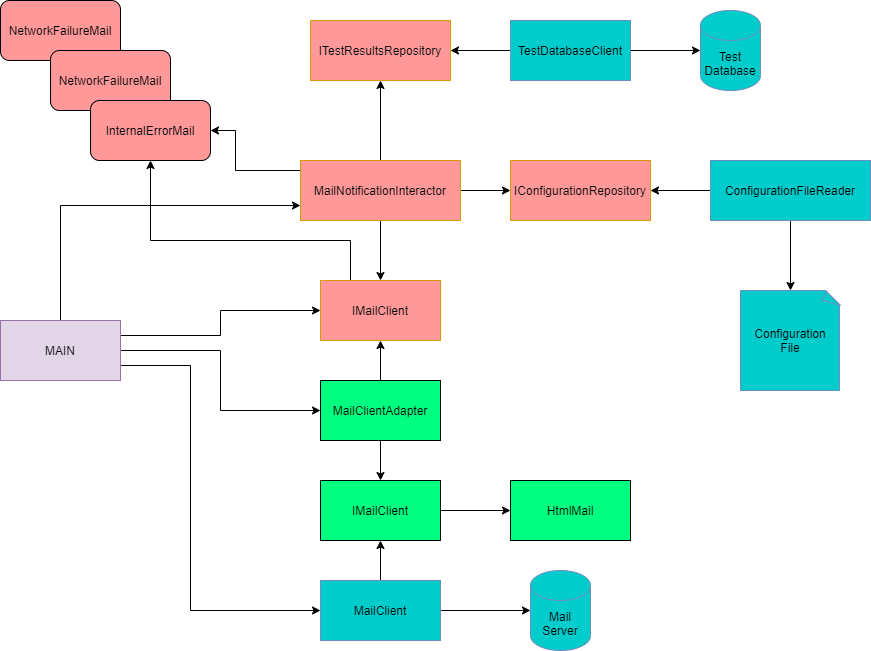
This is assets/clean-architecture/sending-emails/Step3.drawio.png from plainionist/plainionist.github.io, a draw.io export, as it was before one commit. Source tidied: cells renumbered, new cells last; positions are measured from the earlier drawing's top-left corner, leaving out a move shared by most shapes.
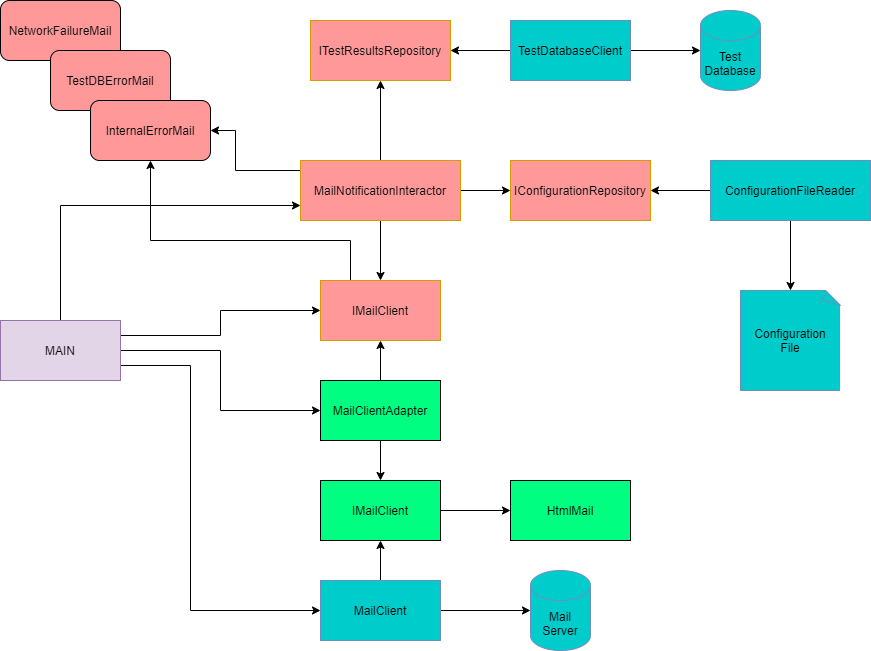
Later version of the same file.

Diff of the diagram source:
```diff
@@ -81,7 +81,7 @@
     <mxCell id="22" value="IConfigurationRepository" style="rounded=0;whiteSpace=wrap;html=1;fillColor=#FF9999;strokeColor=#d79b00;" parent="1" vertex="1">
       <mxGeometry x="510" y="160" width="140" height="60" as="geometry" />
     </mxCell>
-    <mxCell id="23" value="NetworkFailureMail" style="rounded=1;whiteSpace=wrap;html=1;fillColor=#FF9999;" parent="1" vertex="1">
+    <mxCell id="23" value="TestDBErrorMail" style="rounded=1;whiteSpace=wrap;html=1;fillColor=#FF9999;" parent="1" vertex="1">
       <mxGeometry x="50" y="50" width="120" height="60" as="geometry" />
     </mxCell>
     <mxCell id="24" value="InternalErrorMail" style="rounded=1;whiteSpace=wrap;html=1;fillColor=#FF9999;" parent="1" vertex="1">
```
